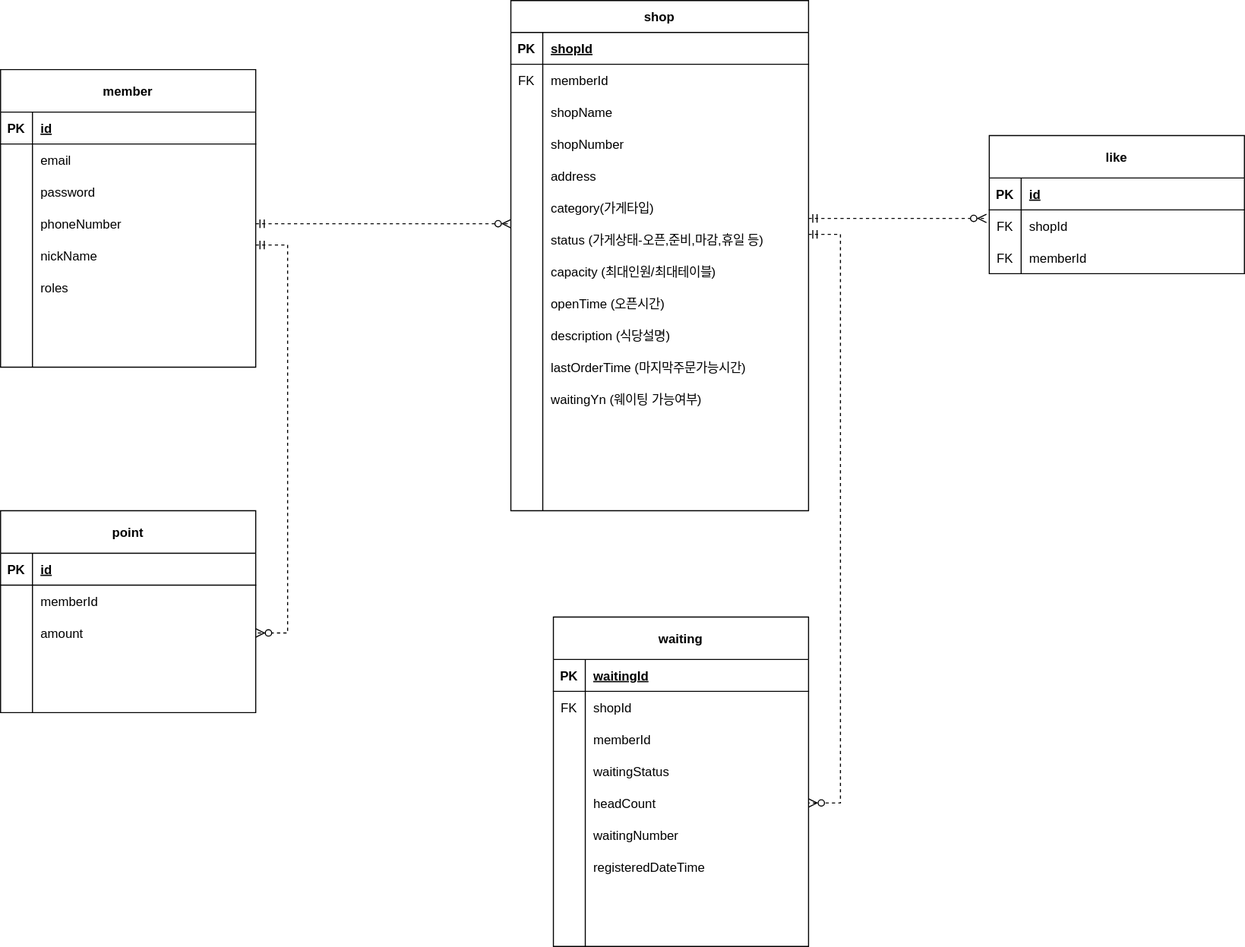
Before: document/reservetable-erd.svg, a diagram exported from draw.io (hyerinnn/reservetable). Source tidied: cells renumbered, new cells last; positions are measured from the earlier drawing's top-left corner, leaving out a move shared by most shapes.
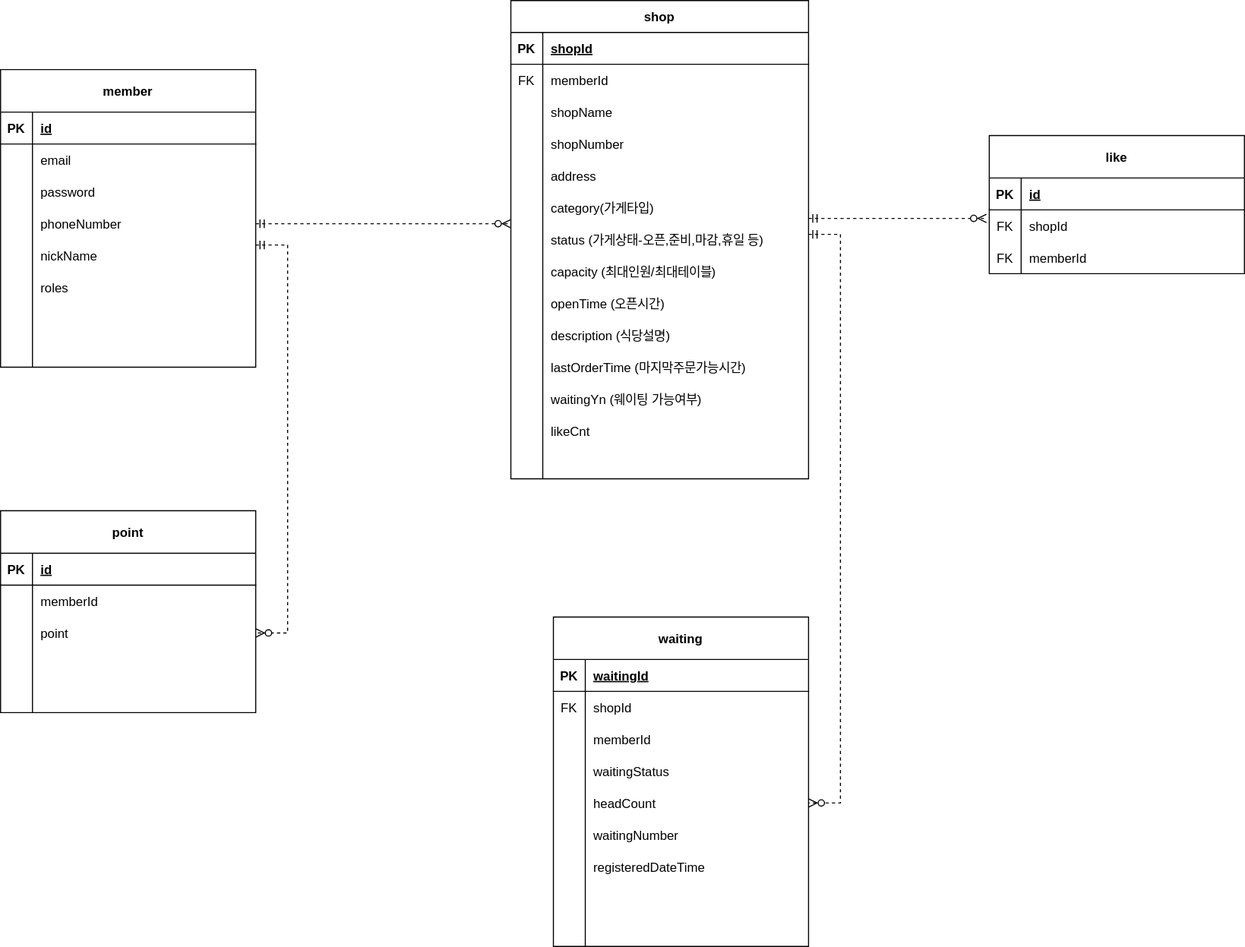
Later version of the same file.

The edit, as a diff of the source:
```diff
@@ -78,7 +78,7 @@
       <mxGeometry x="30" width="210" height="30" as="geometry" />
     </mxCell>
     <mxCell id="27" value="shop" style="shape=table;startSize=30;rowLines=0;fontStyle=1;align=center;" parent="1" vertex="1">
-      <mxGeometry x="480" width="280" height="480" as="geometry" />
+      <mxGeometry x="480" width="280" height="450" as="geometry" />
     </mxCell>
     <mxCell id="28" style="shape=partialRectangle;fillColor=none;top=0;left=0;right=0;bottom=1;" parent="27" vertex="1">
       <mxGeometry y="30" width="280" height="30" as="geometry" />
@@ -188,26 +188,17 @@
     <mxCell id="63" value="waitingYn (웨이팅 가능여부)" style="shape=partialRectangle;overflow=hidden;fillColor=none;top=0;left=0;bottom=0;right=0;align=left;spacingLeft=6;" parent="61" vertex="1">
       <mxGeometry x="30" width="250" height="30" as="geometry" />
     </mxCell>
-    <mxCell id="64" style="shape=partialRectangle;fillColor=none;top=0;left=0;right=0;bottom=0;" parent="27" vertex="1">
-      <mxGeometry y="390" width="280" height="30" as="geometry" />
-    </mxCell>
-    <mxCell id="65" style="shape=partialRectangle;overflow=hidden;fillColor=none;top=0;left=0;bottom=0;right=0;" parent="64" vertex="1">
-      <mxGeometry width="30" height="30" as="geometry" />
-    </mxCell>
-    <mxCell id="66" style="shape=partialRectangle;overflow=hidden;fillColor=none;top=0;left=0;bottom=0;right=0;align=left;spacingLeft=6;" parent="64" vertex="1">
-      <mxGeometry x="30" width="250" height="30" as="geometry" />
-    </mxCell>
     <mxCell id="67" style="shape=partialRectangle;fillColor=none;top=0;left=0;right=0;bottom=0;" parent="27" vertex="1">
-      <mxGeometry y="420" width="280" height="30" as="geometry" />
+      <mxGeometry y="390" width="280" height="30" as="geometry" />
     </mxCell>
     <mxCell id="68" style="shape=partialRectangle;overflow=hidden;fillColor=none;top=0;left=0;bottom=0;right=0;" parent="67" vertex="1">
       <mxGeometry width="30" height="30" as="geometry" />
     </mxCell>
-    <mxCell id="69" style="shape=partialRectangle;overflow=hidden;fillColor=none;top=0;left=0;bottom=0;right=0;align=left;spacingLeft=6;" parent="67" vertex="1">
+    <mxCell id="69" value="likeCnt" style="shape=partialRectangle;overflow=hidden;fillColor=none;top=0;left=0;bottom=0;right=0;align=left;spacingLeft=6;" parent="67" vertex="1">
       <mxGeometry x="30" width="250" height="30" as="geometry" />
     </mxCell>
     <mxCell id="70" style="shape=partialRectangle;fillColor=none;top=0;left=0;right=0;bottom=0;" parent="27" vertex="1">
-      <mxGeometry y="450" width="280" height="30" as="geometry" />
+      <mxGeometry y="420" width="280" height="30" as="geometry" />
     </mxCell>
     <mxCell id="71" style="shape=partialRectangle;overflow=hidden;fillColor=none;top=0;left=0;bottom=0;right=0;" parent="70" vertex="1">
       <mxGeometry width="30" height="30" as="geometry" />
@@ -250,7 +241,7 @@
     <mxCell id="82" style="shape=partialRectangle;overflow=hidden;fillColor=none;top=0;left=0;bottom=0;right=0;" parent="81" vertex="1">
       <mxGeometry width="30" height="30" as="geometry" />
     </mxCell>
-    <mxCell id="83" value="amount" style="shape=partialRectangle;overflow=hidden;fillColor=none;top=0;left=0;bottom=0;right=0;align=left;spacingLeft=6;" parent="81" vertex="1">
+    <mxCell id="83" value="point" style="shape=partialRectangle;overflow=hidden;fillColor=none;top=0;left=0;bottom=0;right=0;align=left;spacingLeft=6;" parent="81" vertex="1">
       <mxGeometry x="30" width="210" height="30" as="geometry" />
     </mxCell>
     <mxCell id="84" style="shape=partialRectangle;fillColor=none;top=0;left=0;right=0;bottom=0;" parent="74" vertex="1">
```
